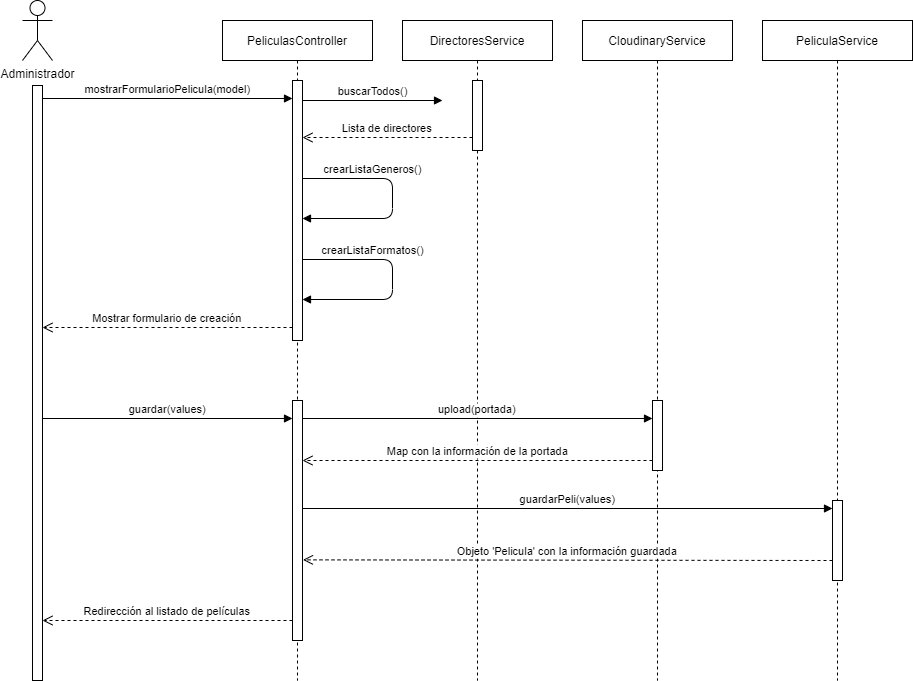
The draw.io diagram Documentación/1. Diagramas/4. Diagrama de secuencia/Diagrama de secuencia - Crear una película.png in diegogmino/FinDeCicloDGM-DAW, before a commit. Source tidied: cells renumbered, new cells last; positions are measured from the earlier drawing's top-left corner, leaving out a move shared by most shapes. The source it was exported from:
```xml
<mxGraphModel>
  <root>
    <mxCell id="0" />
    <mxCell id="1" parent="0" />
    <mxCell id="2" value="PeliculasController" style="shape=umlLifeline;perimeter=lifelinePerimeter;rounded=0;shadow=0;strokeWidth=1;" parent="1" vertex="1">
      <mxGeometry x="200" y="20" width="150" height="660" as="geometry" />
    </mxCell>
    <mxCell id="3" style="points=[];perimeter=orthogonalPerimeter;rounded=0;shadow=0;strokeWidth=1;" parent="2" vertex="1">
      <mxGeometry x="70" y="60" width="10" height="260" as="geometry" />
    </mxCell>
    <mxCell id="4" value="Mostrar formulario de creación" style="verticalAlign=bottom;endArrow=open;dashed=1;endSize=8;exitX=0;exitY=0.95;shadow=0;strokeWidth=1;" parent="1" edge="1" source="3" target="7">
      <mxGeometry relative="1" as="geometry" />
    </mxCell>
    <mxCell id="5" value="mostrarFormularioPelicula(model)" style="verticalAlign=bottom;endArrow=block;entryX=0;entryY=0;shadow=0;strokeWidth=1;" parent="1" edge="1">
      <mxGeometry relative="1" as="geometry">
        <mxPoint x="20" y="98" as="sourcePoint" />
        <mxPoint x="270" y="98" as="targetPoint" />
      </mxGeometry>
    </mxCell>
    <mxCell id="6" value="Administrador" style="shape=umlActor;verticalLabelPosition=bottom;verticalAlign=top;html=1;" parent="1" vertex="1">
      <mxGeometry width="30" height="60" as="geometry" />
    </mxCell>
    <mxCell id="7" style="points=[];perimeter=orthogonalPerimeter;rounded=0;shadow=0;strokeWidth=1;" parent="1" vertex="1">
      <mxGeometry x="10" y="85" width="10" height="595" as="geometry" />
    </mxCell>
    <mxCell id="8" value="DirectoresService" style="shape=umlLifeline;perimeter=lifelinePerimeter;rounded=0;shadow=0;strokeWidth=1;" parent="1" vertex="1">
      <mxGeometry x="380" y="20" width="150" height="660" as="geometry" />
    </mxCell>
    <mxCell id="9" style="points=[];perimeter=orthogonalPerimeter;rounded=0;shadow=0;strokeWidth=1;" parent="8" vertex="1">
      <mxGeometry x="70" y="60" width="10" height="70" as="geometry" />
    </mxCell>
    <mxCell id="10" value="buscarTodos()" style="verticalAlign=bottom;endArrow=block;shadow=0;strokeWidth=1;" parent="1" edge="1">
      <mxGeometry relative="1" as="geometry">
        <mxPoint x="280" y="100" as="sourcePoint" />
        <mxPoint x="420" y="100" as="targetPoint" />
      </mxGeometry>
    </mxCell>
    <mxCell id="11" value="Lista de directores" style="verticalAlign=bottom;endArrow=open;dashed=1;endSize=8;shadow=0;strokeWidth=1;" parent="1" edge="1">
      <mxGeometry relative="1" as="geometry">
        <mxPoint x="450" y="137" as="sourcePoint" />
        <mxPoint x="280" y="137" as="targetPoint" />
      </mxGeometry>
    </mxCell>
    <mxCell id="12" value="crearListaGeneros()" style="verticalAlign=bottom;endArrow=block;shadow=0;strokeWidth=1;" parent="1" edge="1">
      <mxGeometry x="-0.36" relative="1" as="geometry">
        <mxPoint x="280" y="178" as="sourcePoint" />
        <mxPoint x="280" y="218" as="targetPoint" />
        <Array as="points">
          <mxPoint x="370" y="178" />
          <mxPoint x="370" y="218" />
        </Array>
      </mxGeometry>
    </mxCell>
    <mxCell id="13" value="crearListaFormatos()" style="verticalAlign=bottom;endArrow=block;shadow=0;strokeWidth=1;" parent="1" edge="1">
      <mxGeometry x="-0.36" relative="1" as="geometry">
        <mxPoint x="280" y="259" as="sourcePoint" />
        <mxPoint x="280" y="299" as="targetPoint" />
        <Array as="points">
          <mxPoint x="370" y="259" />
          <mxPoint x="370" y="299" />
        </Array>
      </mxGeometry>
    </mxCell>
    <mxCell id="14" value="guardar(values)" style="verticalAlign=bottom;endArrow=block;entryX=0;entryY=0;shadow=0;strokeWidth=1;" parent="1" edge="1">
      <mxGeometry relative="1" as="geometry">
        <mxPoint x="20" y="418" as="sourcePoint" />
        <mxPoint x="270" y="418" as="targetPoint" />
      </mxGeometry>
    </mxCell>
    <mxCell id="15" style="points=[];perimeter=orthogonalPerimeter;rounded=0;shadow=0;strokeWidth=1;" parent="1" vertex="1">
      <mxGeometry x="270" y="400" width="10" height="240" as="geometry" />
    </mxCell>
    <mxCell id="16" value="CloudinaryService" style="shape=umlLifeline;perimeter=lifelinePerimeter;rounded=0;shadow=0;strokeWidth=1;" parent="1" vertex="1">
      <mxGeometry x="560" y="20" width="150" height="660" as="geometry" />
    </mxCell>
    <mxCell id="17" style="perimeter=orthogonalPerimeter;rounded=0;shadow=0;strokeWidth=1;" parent="16" vertex="1">
      <mxGeometry x="70" y="380" width="10" height="70" as="geometry" />
    </mxCell>
    <mxCell id="18" value="PeliculaService" style="shape=umlLifeline;perimeter=lifelinePerimeter;rounded=0;shadow=0;strokeWidth=1;" parent="1" vertex="1">
      <mxGeometry x="740" y="20" width="150" height="660" as="geometry" />
    </mxCell>
    <mxCell id="19" style="perimeter=orthogonalPerimeter;rounded=0;shadow=0;strokeWidth=1;" parent="18" vertex="1">
      <mxGeometry x="70" y="480" width="10" height="80" as="geometry" />
    </mxCell>
    <mxCell id="20" value="upload(portada)" style="verticalAlign=bottom;endArrow=block;shadow=0;strokeWidth=1;" parent="1" edge="1">
      <mxGeometry relative="1" as="geometry">
        <mxPoint x="280" y="418" as="sourcePoint" />
        <mxPoint x="630" y="418" as="targetPoint" />
      </mxGeometry>
    </mxCell>
    <mxCell id="21" value="Map con la información de la portada" style="verticalAlign=bottom;endArrow=open;dashed=1;endSize=8;exitX=0;exitY=0.95;shadow=0;strokeWidth=1;" parent="1" edge="1">
      <mxGeometry relative="1" as="geometry">
        <mxPoint x="630" y="460" as="sourcePoint" />
        <mxPoint x="280" y="460" as="targetPoint" />
      </mxGeometry>
    </mxCell>
    <mxCell id="22" value="guardarPeli(values)" style="verticalAlign=bottom;endArrow=block;shadow=0;strokeWidth=1;" parent="1" edge="1">
      <mxGeometry relative="1" as="geometry">
        <mxPoint x="280" y="508" as="sourcePoint" />
        <mxPoint x="810" y="508" as="targetPoint" />
      </mxGeometry>
    </mxCell>
    <mxCell id="23" value="Objeto 'Pelicula' con la información guardada" style="verticalAlign=bottom;endArrow=open;dashed=1;endSize=8;exitX=0;exitY=0.95;shadow=0;strokeWidth=1;entryX=1.046;entryY=0.664;entryDx=0;entryDy=0;entryPerimeter=0;" parent="1" edge="1" target="15">
      <mxGeometry relative="1" as="geometry">
        <mxPoint x="810" y="560" as="sourcePoint" />
      </mxGeometry>
    </mxCell>
    <mxCell id="24" value="Redirección al listado de películas" style="verticalAlign=bottom;endArrow=open;dashed=1;endSize=8;exitX=0;exitY=0.95;shadow=0;strokeWidth=1;" parent="1" edge="1">
      <mxGeometry relative="1" as="geometry">
        <mxPoint x="270" y="620" as="sourcePoint" />
        <mxPoint x="20" y="620" as="targetPoint" />
      </mxGeometry>
    </mxCell>
  </root>
</mxGraphModel>
```
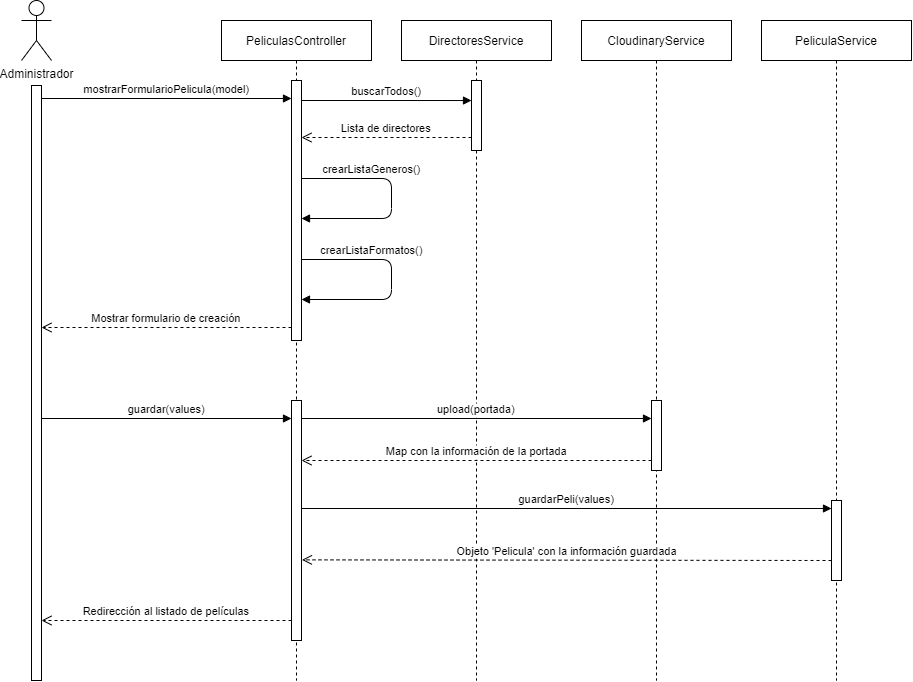
The same diagram one commit later.

Commit message:
Diagrama de secuencia modificado

What changed in the source:
```diff
@@ -29,10 +29,9 @@
     <mxCell id="9" style="points=[];perimeter=orthogonalPerimeter;rounded=0;shadow=0;strokeWidth=1;" parent="8" vertex="1">
       <mxGeometry x="70" y="60" width="10" height="70" as="geometry" />
     </mxCell>
-    <mxCell id="10" value="buscarTodos()" style="verticalAlign=bottom;endArrow=block;shadow=0;strokeWidth=1;" parent="1" edge="1">
+    <mxCell id="10" value="buscarTodos()" style="verticalAlign=bottom;endArrow=block;shadow=0;strokeWidth=1;entryX=0;entryY=0.286;entryDx=0;entryDy=0;entryPerimeter=0;" parent="1" edge="1" target="9">
       <mxGeometry relative="1" as="geometry">
         <mxPoint x="280" y="100" as="sourcePoint" />
-        <mxPoint x="420" y="100" as="targetPoint" />
       </mxGeometry>
     </mxCell>
     <mxCell id="11" value="Lista de directores" style="verticalAlign=bottom;endArrow=open;dashed=1;endSize=8;shadow=0;strokeWidth=1;" parent="1" edge="1">
```
